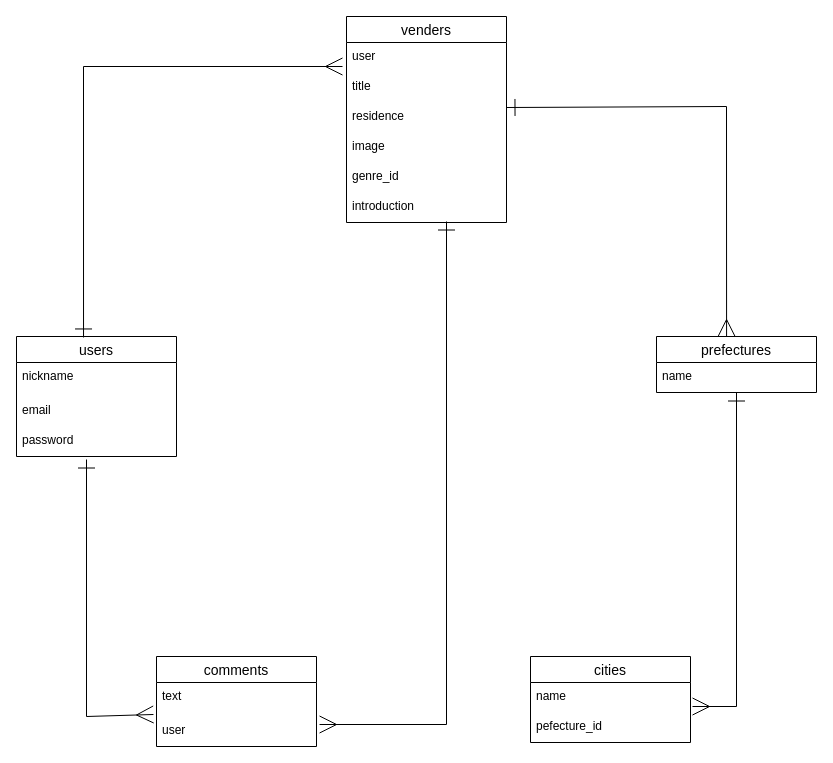
Above: test.dio in minaema1111/vensee (draw.io), before the change. Source tidied: cells renumbered, new cells numbered last; positions are measured from the earlier drawing's top-left corner, leaving out a move shared by most shapes. Both pictures are drawn from the tidied source at 100%, with x=0, y=0 at pixel (16, 16).
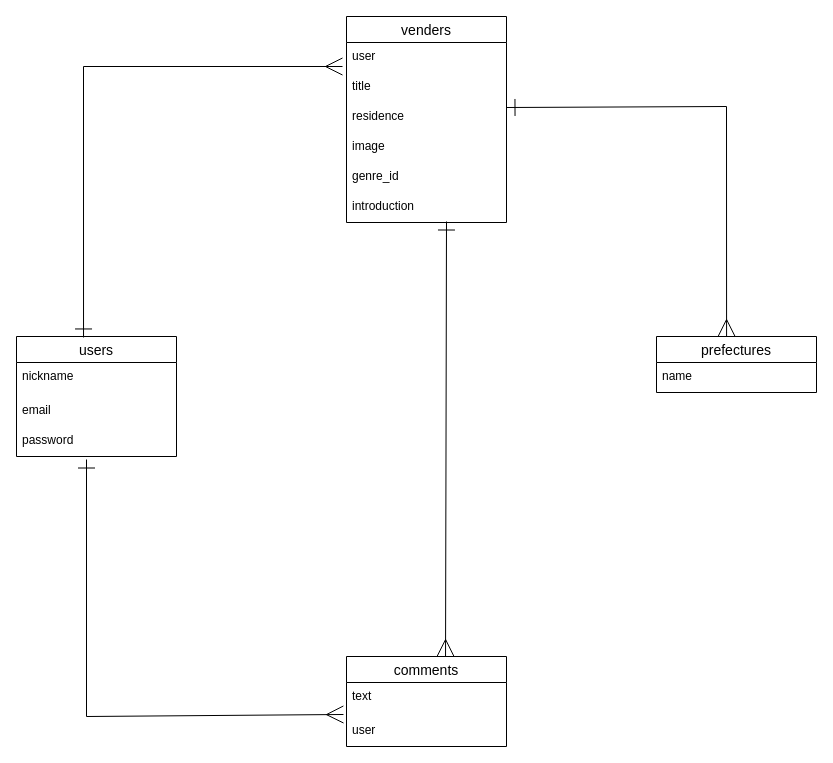
Above is the later version.

Unchanged cells that the change refers to:
```xml
<mxCell id="12" value="introduction" style="text;strokeColor=none;fillColor=none;spacingLeft=4;spacingRight=4;overflow=hidden;points=[[0,0.5],[1,0.5]];portConstraint=eastwest;fontSize=12;" parent="6" vertex="1">
  <mxGeometry y="176" width="160" height="30" as="geometry" />
</mxCell>
<mxCell id="15" value="user" style="text;strokeColor=none;fillColor=none;spacingLeft=4;spacingRight=4;overflow=hidden;points=[[0,0.5],[1,0.5]];portConstraint=eastwest;fontSize=12;" parent="13" vertex="1">
  <mxGeometry y="60" width="160" height="30" as="geometry" />
</mxCell>
<mxCell id="20" value="name" style="text;strokeColor=none;fillColor=none;spacingLeft=4;spacingRight=4;overflow=hidden;points=[[0,0.5],[1,0.5]];portConstraint=eastwest;fontSize=12;" parent="19" vertex="1">
  <mxGeometry y="26" width="160" height="30" as="geometry" />
</mxCell>
```

What changed in the source:
```diff
@@
     <mxCell id="13" value="comments" style="swimlane;fontStyle=0;horizontal=1;startSize=26;align=center;fontSize=14;" parent="1" vertex="1">
-      <mxGeometry x="140" y="640" width="160" height="90" as="geometry" />
+      <mxGeometry x="330" y="640" width="160" height="90" as="geometry" />
     </mxCell>
@@
-    <mxCell id="17" style="endArrow=ERone;html=1;startSize=15;endSize=15;strokeWidth=1;entryX=0.625;entryY=0.967;entryDx=0;entryDy=0;entryPerimeter=0;exitX=1.019;exitY=0.267;exitDx=0;exitDy=0;exitPerimeter=0;rounded=0;startArrow=ERmany;startFill=0;endFill=0;" parent="1" edge="1" source="15" target="12">
-      <mxGeometry relative="1" as="geometry">
-        <Array as="points">
-          <mxPoint x="430" y="708" />
-        </Array>
-      </mxGeometry>
+    <mxCell id="17" style="endArrow=ERone;html=1;startSize=15;endSize=15;strokeWidth=1;entryX=0.625;entryY=0.967;entryDx=0;entryDy=0;entryPerimeter=0;rounded=0;startArrow=ERmany;startFill=0;endFill=0;exitX=0.619;exitY=0;exitDx=0;exitDy=0;exitPerimeter=0;" parent="1" edge="1" source="13" target="12">
+      <mxGeometry relative="1" as="geometry" />
     </mxCell>
@@
-    <mxCell id="21" value="cities" style="swimlane;fontStyle=0;horizontal=1;startSize=26;align=center;fontSize=14;" parent="1" vertex="1">
-      <mxGeometry x="514" y="640" width="160" height="86" as="geometry" />
-    </mxCell>
-    <mxCell id="22" value="name" style="text;strokeColor=none;fillColor=none;spacingLeft=4;spacingRight=4;overflow=hidden;fontSize=12;" parent="21" vertex="1">
-      <mxGeometry y="26" width="160" height="30" as="geometry" />
-    </mxCell>
-    <mxCell id="23" value="pefecture_id" style="text;strokeColor=none;fillColor=none;spacingLeft=4;spacingRight=4;overflow=hidden;fontSize=12;" parent="21" vertex="1">
-      <mxGeometry y="56" width="160" height="30" as="geometry" />
-    </mxCell>
@@
-    <mxCell id="25" style="endArrow=ERone;html=1;startSize=15;endSize=15;strokeWidth=1;rounded=0;startArrow=ERmany;startFill=0;endFill=0;" parent="1" edge="1" target="20">
-      <mxGeometry relative="1" as="geometry">
-        <mxPoint x="676" y="690" as="sourcePoint" />
-        <Array as="points">
-          <mxPoint x="720" y="690" />
-        </Array>
-      </mxGeometry>
-    </mxCell>
```
